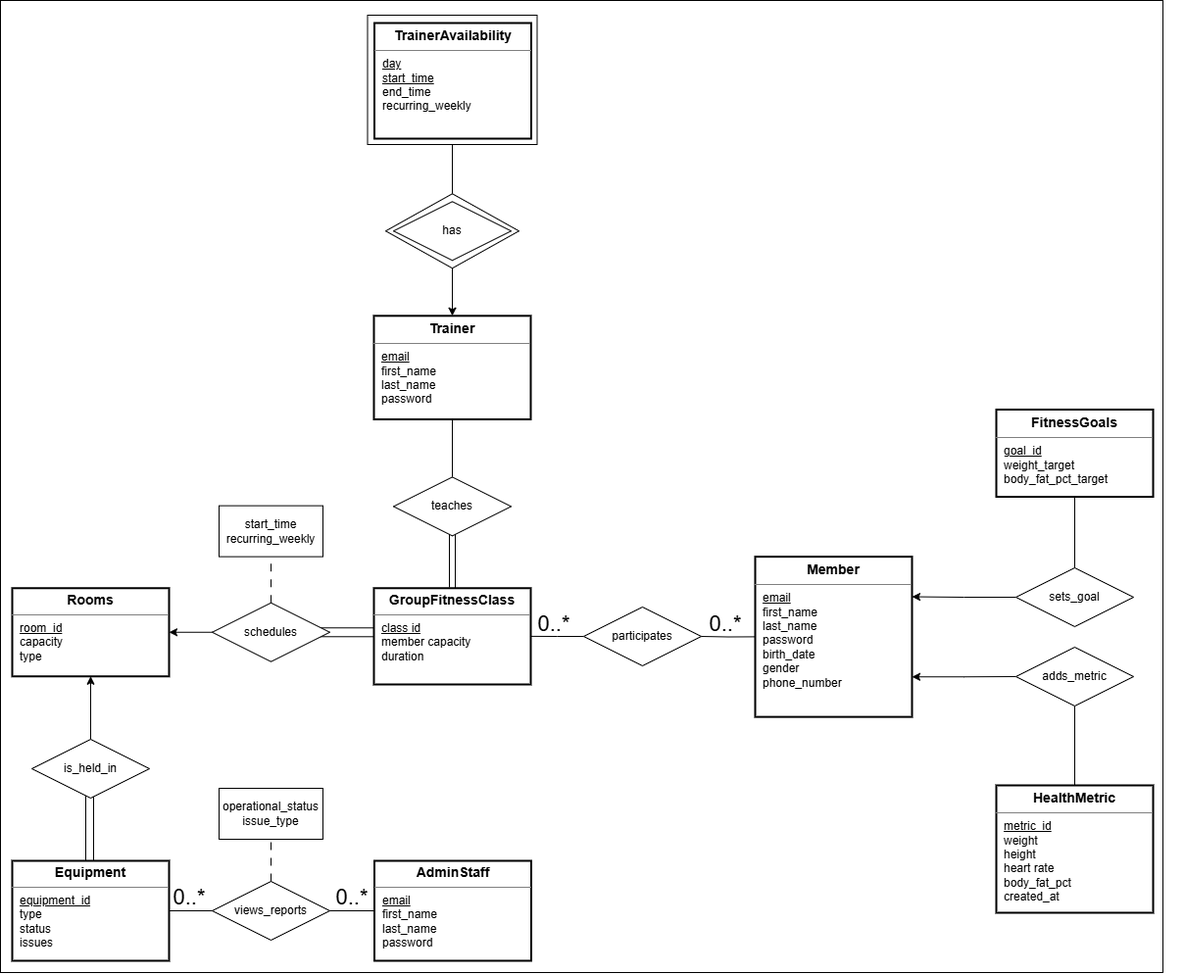
Above: ER_Model.png in AltanDH/3005FP (draw.io), before the change. Source tidied: cells renumbered, new cells last; positions are measured from the earlier drawing's top-left corner, leaving out a move shared by most shapes.
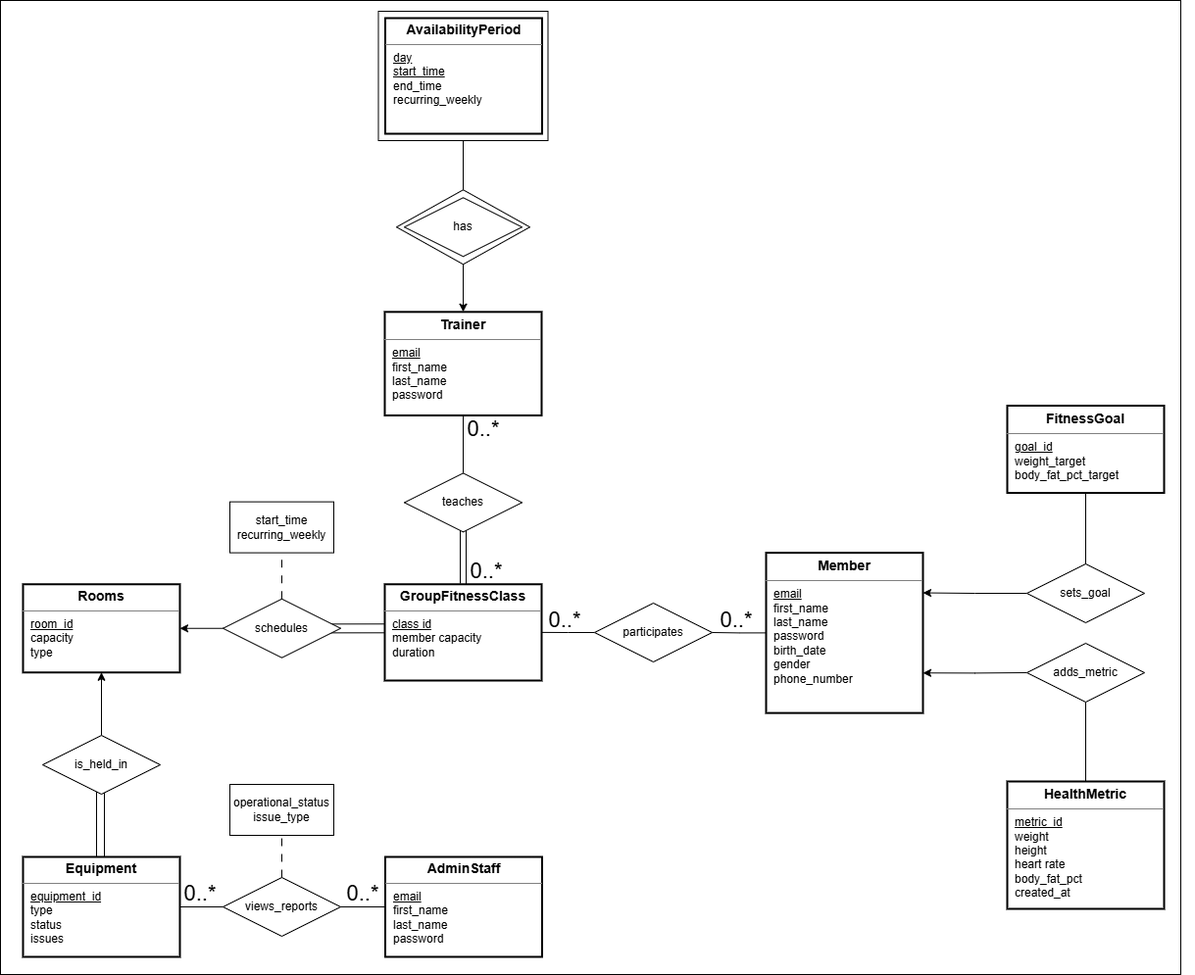
Later version of the same file.

Diff of the diagram source:
```diff
@@ -2,9 +2,9 @@
   <root>
     <mxCell id="0" />
     <mxCell id="1" parent="0" />
-    <mxCell id="2" style="rounded=0;whiteSpace=wrap;html=1;" parent="1" vertex="1">
-      <mxGeometry width="1186" height="992" as="geometry" />
-    </mxCell>
+    <mxCell id="51" style="rounded=0;whiteSpace=wrap;html=1;" parent="1" vertex="1">
+      <mxGeometry x="-11" y="4" width="1204" height="994" as="geometry" />
+    </mxCell>
     <mxCell id="3" style="edgeStyle=orthogonalEdgeStyle;rounded=0;orthogonalLoop=1;jettySize=auto;html=1;endArrow=none;endFill=0;exitX=0.5;exitY=1;exitDx=0;exitDy=0;entryX=0.5;entryY=0;entryDx=0;entryDy=0;" parent="1" edge="1">
       <mxGeometry relative="1" as="geometry">
         <mxPoint x="87" y="810" as="sourcePoint" />
@@ -80,7 +80,7 @@
     <mxCell id="17" value="&lt;p style=&quot;text-align: center; margin: 4px 0px 0px;&quot;&gt;&lt;font style=&quot;font-size: 14px; line-height: 130%;&quot;&gt;&lt;b&gt;Member&lt;/b&gt;&lt;/font&gt;&lt;/p&gt;&lt;hr size=&quot;1&quot; style=&quot;border-style:solid;&quot;&gt;&lt;p style=&quot;margin:0px;margin-left:8px;&quot;&gt;&lt;u&gt;email&lt;/u&gt;&lt;br&gt;first_name&lt;/p&gt;&lt;p style=&quot;margin:0px;margin-left:8px;&quot;&gt;last_name&lt;/p&gt;&lt;p style=&quot;margin:0px;margin-left:8px;&quot;&gt;password&lt;br&gt;birth_date&lt;/p&gt;&lt;p style=&quot;margin:0px;margin-left:8px;&quot;&gt;gender&lt;/p&gt;&lt;p style=&quot;margin:0px;margin-left:8px;&quot;&gt;phone_number&lt;br&gt;&lt;/p&gt;" style="verticalAlign=top;align=left;overflow=fill;html=1;whiteSpace=wrap;strokeWidth=2;" parent="1" vertex="1">
       <mxGeometry x="770" y="567.6" width="160" height="163.5" as="geometry" />
     </mxCell>
-    <mxCell id="18" value="&lt;p style=&quot;text-align: center; margin: 4px 0px 0px;&quot;&gt;&lt;font style=&quot;font-size: 14px; line-height: 130%;&quot;&gt;&lt;b&gt;FitnessGoals&lt;/b&gt;&lt;/font&gt;&lt;/p&gt;&lt;hr size=&quot;1&quot; style=&quot;border-style:solid;&quot;&gt;&lt;p style=&quot;margin:0px;margin-left:8px;&quot;&gt;&lt;u&gt;goal_id&lt;/u&gt;&lt;/p&gt;&lt;p style=&quot;margin:0px;margin-left:8px;&quot;&gt;weight_target&lt;/p&gt;&lt;p style=&quot;margin:0px;margin-left:8px;&quot;&gt;body_fat_pct_target&lt;/p&gt;" style="verticalAlign=top;align=left;overflow=fill;html=1;whiteSpace=wrap;strokeWidth=2;" parent="1" vertex="1">
+    <mxCell id="18" value="&lt;p style=&quot;text-align: center; margin: 4px 0px 0px;&quot;&gt;&lt;font style=&quot;font-size: 14px; line-height: 130%;&quot;&gt;&lt;b&gt;FitnessGoal&lt;/b&gt;&lt;/font&gt;&lt;/p&gt;&lt;hr size=&quot;1&quot; style=&quot;border-style:solid;&quot;&gt;&lt;p style=&quot;margin:0px;margin-left:8px;&quot;&gt;&lt;u&gt;goal_id&lt;/u&gt;&lt;/p&gt;&lt;p style=&quot;margin:0px;margin-left:8px;&quot;&gt;weight_target&lt;/p&gt;&lt;p style=&quot;margin:0px;margin-left:8px;&quot;&gt;body_fat_pct_target&lt;/p&gt;" style="verticalAlign=top;align=left;overflow=fill;html=1;whiteSpace=wrap;strokeWidth=2;" parent="1" vertex="1">
       <mxGeometry x="1016" y="417.5" width="160" height="89" as="geometry" />
     </mxCell>
     <mxCell id="19" value="&lt;p style=&quot;text-align: center; margin: 4px 0px 0px;&quot;&gt;&lt;font style=&quot;font-size: 14px; line-height: 130%;&quot;&gt;&lt;b&gt;HealthMetric&lt;/b&gt;&lt;/font&gt;&lt;/p&gt;&lt;hr size=&quot;1&quot; style=&quot;border-style:solid;&quot;&gt;&lt;p style=&quot;margin:0px;margin-left:8px;&quot;&gt;&lt;u&gt;metric_id&lt;br&gt;&lt;/u&gt;weight&lt;/p&gt;&lt;p style=&quot;margin:0px;margin-left:8px;&quot;&gt;height&lt;/p&gt;&lt;p style=&quot;margin:0px;margin-left:8px;&quot;&gt;heart rate&lt;br&gt;body_fat_pct&lt;/p&gt;&lt;p style=&quot;margin:0px;margin-left:8px;&quot;&gt;created_at&lt;/p&gt;&lt;p style=&quot;margin:0px;margin-left:8px;&quot;&gt;&lt;br&gt;&lt;/p&gt;" style="verticalAlign=top;align=left;overflow=fill;html=1;whiteSpace=wrap;strokeWidth=2;" parent="1" vertex="1">
@@ -119,9 +119,6 @@
     <mxCell id="30" value="participates" style="shape=rhombus;perimeter=rhombusPerimeter;whiteSpace=wrap;html=1;align=center;" parent="1" vertex="1">
       <mxGeometry x="595" y="619" width="120" height="60" as="geometry" />
     </mxCell>
-    <mxCell id="31" value="&lt;p style=&quot;text-align: center; margin: 4px 0px 0px;&quot;&gt;&lt;b&gt;&lt;font style=&quot;background-color: transparent; color: light-dark(rgb(0, 0, 0), rgb(255, 255, 255)); font-size: 14px; line-height: 130%;&quot;&gt;T&lt;/font&gt;&lt;span style=&quot;background-color: transparent; color: light-dark(rgb(0, 0, 0), rgb(255, 255, 255)); font-size: 14px;&quot;&gt;rainerAvailability&lt;/span&gt;&lt;/b&gt;&lt;/p&gt;&lt;hr size=&quot;1&quot; style=&quot;border-style:solid;&quot;&gt;&lt;p style=&quot;margin:0px;margin-left:8px;&quot;&gt;&lt;u&gt;day&lt;/u&gt;&lt;/p&gt;&lt;p style=&quot;margin:0px;margin-left:8px;&quot;&gt;&lt;span style=&quot;background-color: transparent; color: light-dark(rgb(0, 0, 0), rgb(255, 255, 255));&quot;&gt;&lt;u&gt;start_time&lt;/u&gt;&lt;/span&gt;&lt;/p&gt;&lt;p style=&quot;margin:0px;margin-left:8px;&quot;&gt;end_time&lt;/p&gt;&lt;p style=&quot;margin:0px;margin-left:8px;&quot;&gt;recurring_weekly&lt;/p&gt;" style="verticalAlign=top;align=left;overflow=fill;html=1;whiteSpace=wrap;strokeWidth=2;" parent="1" vertex="1">
-      <mxGeometry x="381.5" y="23" width="160" height="118" as="geometry" />
-    </mxCell>
     <mxCell id="32" value="has" style="shape=rhombus;perimeter=rhombusPerimeter;whiteSpace=wrap;html=1;align=center;" parent="1" vertex="1">
       <mxGeometry x="401" y="205.2" width="120" height="60" as="geometry" />
     </mxCell>
@@ -179,5 +176,14 @@
     <mxCell id="50" style="edgeStyle=orthogonalEdgeStyle;rounded=0;jettySize=auto;html=1;exitX=0;exitY=0.5;exitDx=0;exitDy=0;entryX=1;entryY=0.5;entryDx=0;entryDy=0;endArrow=none;endFill=0;startArrow=none;startFill=0;" parent="1" edge="1" source="17" target="30">
       <mxGeometry relative="1" as="geometry" />
     </mxCell>
+    <mxCell id="52" value="&lt;font style=&quot;font-size: 22px;&quot;&gt;0..*&lt;/font&gt;" style="text;html=1;whiteSpace=wrap;strokeColor=none;fillColor=none;align=center;verticalAlign=middle;rounded=0;" parent="1" vertex="1">
+      <mxGeometry x="455" y="572" width="60" height="30" as="geometry" />
+    </mxCell>
+    <mxCell id="53" value="&lt;font style=&quot;font-size: 22px;&quot;&gt;0..*&lt;/font&gt;" style="text;html=1;whiteSpace=wrap;strokeColor=none;fillColor=none;align=center;verticalAlign=middle;rounded=0;" parent="1" vertex="1">
+      <mxGeometry x="452" y="427.4" width="60" height="30" as="geometry" />
+    </mxCell>
+    <mxCell id="54" value="&lt;p style=&quot;text-align: center; margin: 4px 0px 0px;&quot;&gt;&lt;b&gt;&lt;span style=&quot;background-color: transparent; color: light-dark(rgb(0, 0, 0), rgb(255, 255, 255)); font-size: 14px;&quot;&gt;AvailabilityPeriod&lt;/span&gt;&lt;/b&gt;&lt;/p&gt;&lt;hr size=&quot;1&quot; style=&quot;border-style:solid;&quot;&gt;&lt;p style=&quot;margin:0px;margin-left:8px;&quot;&gt;&lt;u&gt;day&lt;/u&gt;&lt;/p&gt;&lt;p style=&quot;margin:0px;margin-left:8px;&quot;&gt;&lt;span style=&quot;background-color: transparent; color: light-dark(rgb(0, 0, 0), rgb(255, 255, 255));&quot;&gt;&lt;u&gt;start_time&lt;/u&gt;&lt;/span&gt;&lt;/p&gt;&lt;p style=&quot;margin:0px;margin-left:8px;&quot;&gt;end_time&lt;/p&gt;&lt;p style=&quot;margin:0px;margin-left:8px;&quot;&gt;recurring_weekly&lt;/p&gt;" style="verticalAlign=top;align=left;overflow=fill;html=1;whiteSpace=wrap;strokeWidth=2;" parent="1" vertex="1">
+      <mxGeometry x="381.5" y="22" width="160" height="118" as="geometry" />
+    </mxCell>
   </root>
 </mxGraphModel>
```
